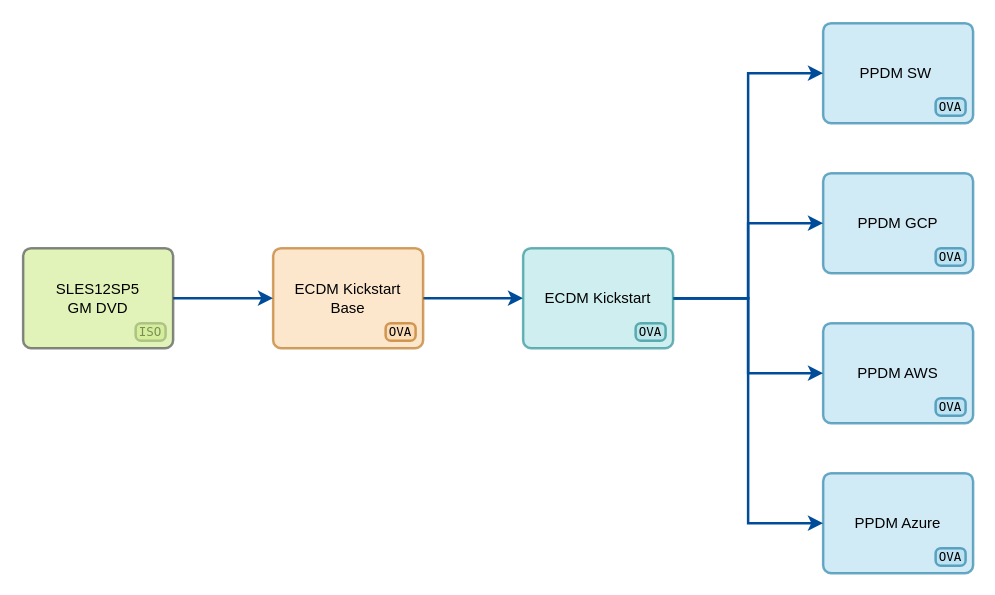
Before: page "第 1 页" (1 of 2) of st/sles.drawio in gaivin/drawio, a draw.io diagram. Source tidied: cells renumbered, new cells numbered last; positions are measured from the earlier drawing's top-left corner, leaving out a move shared by most shapes. Both pictures are drawn from the tidied source at 125%, with x=0, y=0 at pixel (22, 22).
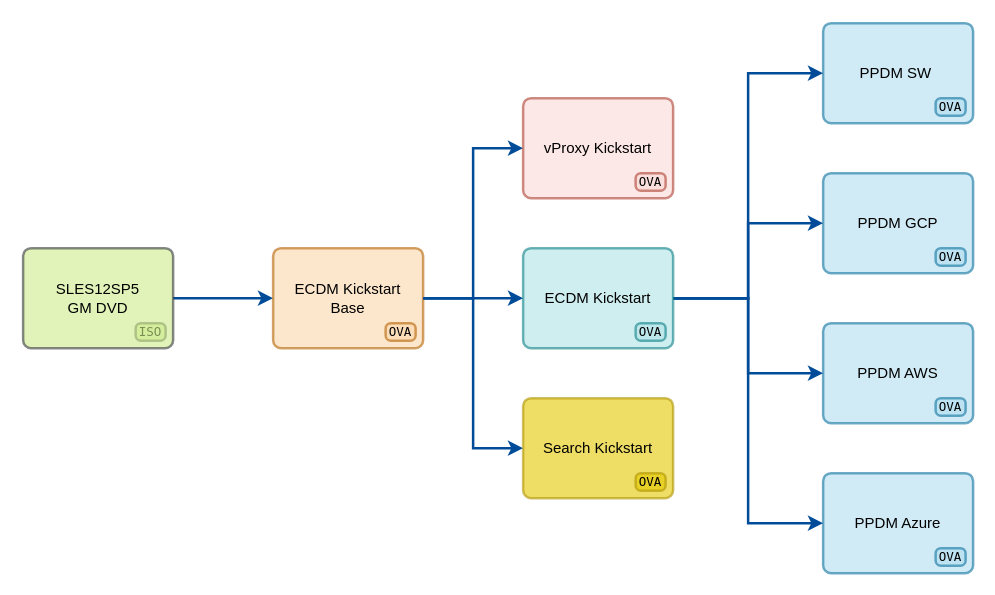
After the change.

The change refers to these unchanged cells:
```xml
<mxCell id="8" value="ECDM Kickstart &lt;br&gt;Base" style="rounded=1;whiteSpace=wrap;html=1;fillColor=#fad7ac;strokeColor=#b46504;strokeWidth=2;opacity=60;arcSize=8;glass=0;sketch=0;shadow=0;" parent="7" vertex="1">
  <mxGeometry width="120" height="80" as="geometry" />
</mxCell>
```

Change to the diagram source:
```diff
@@
+    <mxCell id="24" style="edgeStyle=orthogonalEdgeStyle;rounded=0;jettySize=auto;html=1;exitX=1;exitY=0.5;exitDx=0;exitDy=0;entryX=0;entryY=0.5;entryDx=0;entryDy=0;strokeWidth=2;strokeColor=#004C99;" parent="1" edge="1" source="8" target="26">
+      <mxGeometry relative="1" as="geometry" />
+    </mxCell>
+    <mxCell id="25" style="edgeStyle=orthogonalEdgeStyle;rounded=0;jettySize=auto;html=1;exitX=1;exitY=0.5;exitDx=0;exitDy=0;entryX=0;entryY=0.5;entryDx=0;entryDy=0;strokeColor=#004C99;strokeWidth=2;" parent="1" edge="1" source="8" target="28">
+      <mxGeometry relative="1" as="geometry" />
+    </mxCell>
+    <mxCell id="26" value="Search Kickstart" style="rounded=1;whiteSpace=wrap;html=1;fillColor=#e3c800;strokeColor=#B09500;strokeWidth=2;opacity=60;arcSize=8;glass=0;sketch=0;shadow=0;fontColor=#000000;" parent="1" vertex="1">
+      <mxGeometry x="400" y="300" width="120" height="80" as="geometry" />
+    </mxCell>
+    <mxCell id="27" value="OVA" style="rounded=1;whiteSpace=wrap;html=1;shadow=0;glass=0;sketch=0;strokeWidth=2;opacity=60;arcSize=30;fontSize=10;fontFamily=Lucida Console;labelBackgroundColor=none;labelBorderColor=none;strokeColor=#B09500;fillColor=#e3c800;fontColor=#000000;" parent="1" vertex="1">
+      <mxGeometry x="490" y="360" width="24" height="14" as="geometry" />
+    </mxCell>
+    <mxCell id="28" value="vProxy Kickstart" style="rounded=1;whiteSpace=wrap;html=1;fillColor=#fad9d5;strokeColor=#ae4132;strokeWidth=2;opacity=60;arcSize=8;glass=0;sketch=0;shadow=0;" parent="1" vertex="1">
+      <mxGeometry x="400" y="60" width="120" height="80" as="geometry" />
+    </mxCell>
+    <mxCell id="29" value="OVA" style="rounded=1;whiteSpace=wrap;html=1;shadow=0;glass=0;sketch=0;strokeWidth=2;opacity=60;arcSize=30;fontSize=10;fontFamily=Lucida Console;labelBackgroundColor=none;labelBorderColor=none;strokeColor=#ae4132;fillColor=#fad9d5;" parent="1" vertex="1">
+      <mxGeometry x="490" y="120" width="24" height="14" as="geometry" />
+    </mxCell>
```
